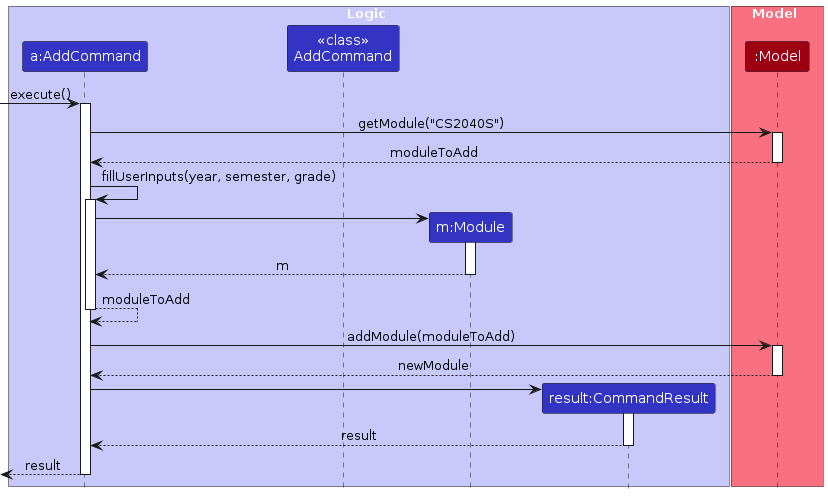
Before: diagrams/AddExecuteSequenceDiagram.png, a diagram exported from PlantUML (AY2324S1-CS2103T-T13-0/tp). Its source is kept beside it as diagrams/AddExecuteSequenceDiagram.puml.
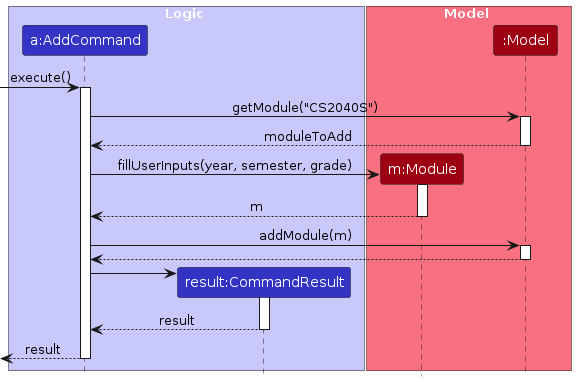
After the commit.

Diff of the diagram source:
```diff
@@ -4,12 +4,11 @@
 
 box Logic LOGIC_COLOR_T1
 participant "a:AddCommand" as AddCommand LOGIC_COLOR
-participant "<<class>>\nAddCommand" as AddCommandClass LOGIC_COLOR
-participant "m:Module" as Module LOGIC_COLOR
 participant "result:CommandResult" as CommandResult LOGIC_COLOR
 end box
 
 box Model MODEL_COLOR_T1
+participant "m:Module" as Module MODEL_COLOR
 participant ":Model" as Model MODEL_COLOR
 end box
 
@@ -22,22 +21,17 @@
 Model --> AddCommand : moduleToAdd
 deactivate Model
 
-AddCommand -> AddCommand : fillUserInputs(year, semester, grade)
-activate AddCommand
+create Module
+AddCommand -> Module : fillUserInputs(year, semester, grade)
+activate Module
 
-create Module
-AddCommand -> Module
-activate Module
-Module --> AddCommand: m
+Module --> AddCommand : m
 deactivate Module
 
-AddCommand --> AddCommand: moduleToAdd
-deactivate AddCommand
-
-AddCommand -> Model : addModule(moduleToAdd)
+AddCommand -> Model : addModule(m)
 activate Model
 
-Model --> AddCommand : newModule
+Model --> AddCommand
 deactivate Model
 
 create CommandResult
```
